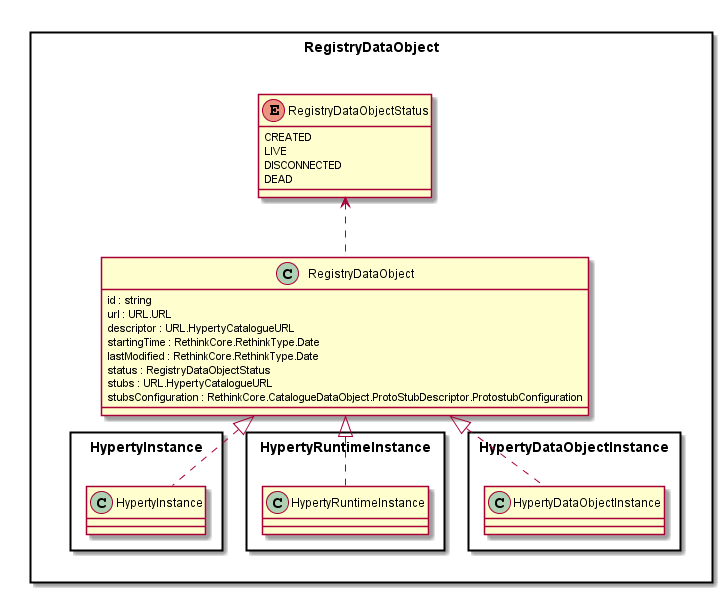
This is docs/datamodel/Registry-Data-Object.png from reTHINK-project/dev-service-framework, a PlantUML export, as it was before one commit.
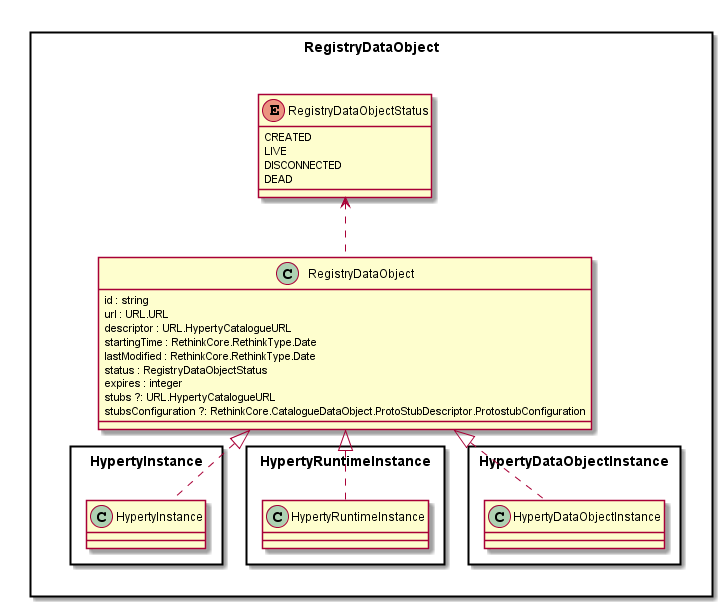
Later version of the same file.

Commit message:
Data model update to Registry-Data-Object and to Hyperty-Instance-Data-Object-Model to improve keep alive of registry objects and Hyperty search per object url scheme

Diff of the diagram source:
```diff
@@ -9,8 +9,9 @@
 		startingTime : RethinkCore.RethinkType.Date
 		lastModified : RethinkCore.RethinkType.Date
 		status : RegistryDataObjectStatus
-		stubs : URL.HypertyCatalogueURL
-		stubsConfiguration : RethinkCore.CatalogueDataObject.ProtoStubDescriptor.ProtostubConfiguration
+		expires : integer
+		stubs ?: URL.HypertyCatalogueURL
+		stubsConfiguration ?: RethinkCore.CatalogueDataObject.ProtoStubDescriptor.ProtostubConfiguration
 	}
 
 	enum RegistryDataObjectStatus {
```
